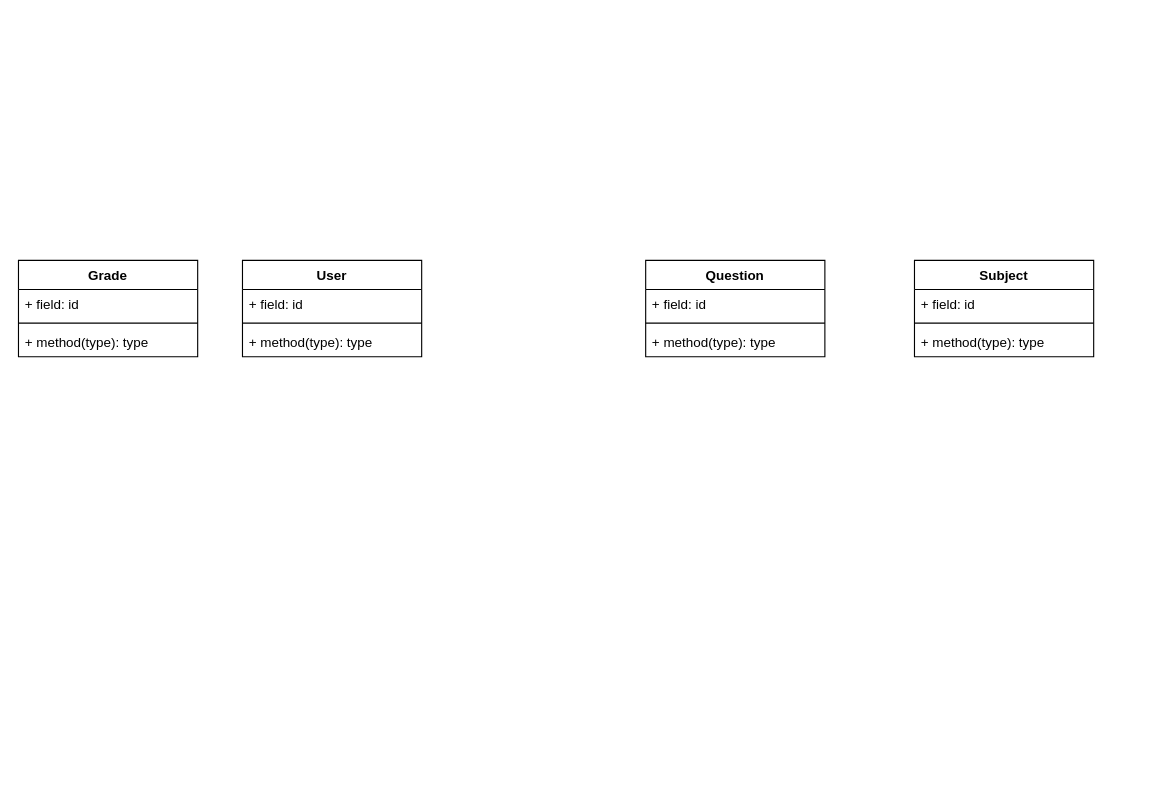
This is page "Class" (2 of 2) of diagrams.drawio from dev4fut/quiz-system, a draw.io file, before an edit. Source tidied: cells renumbered, new cells numbered last; positions are measured from the earlier drawing's top-left corner, leaving out a move shared by most shapes. Both pictures are drawn from the tidied source at 112%, with x=0, y=0 at pixel (18, 260).
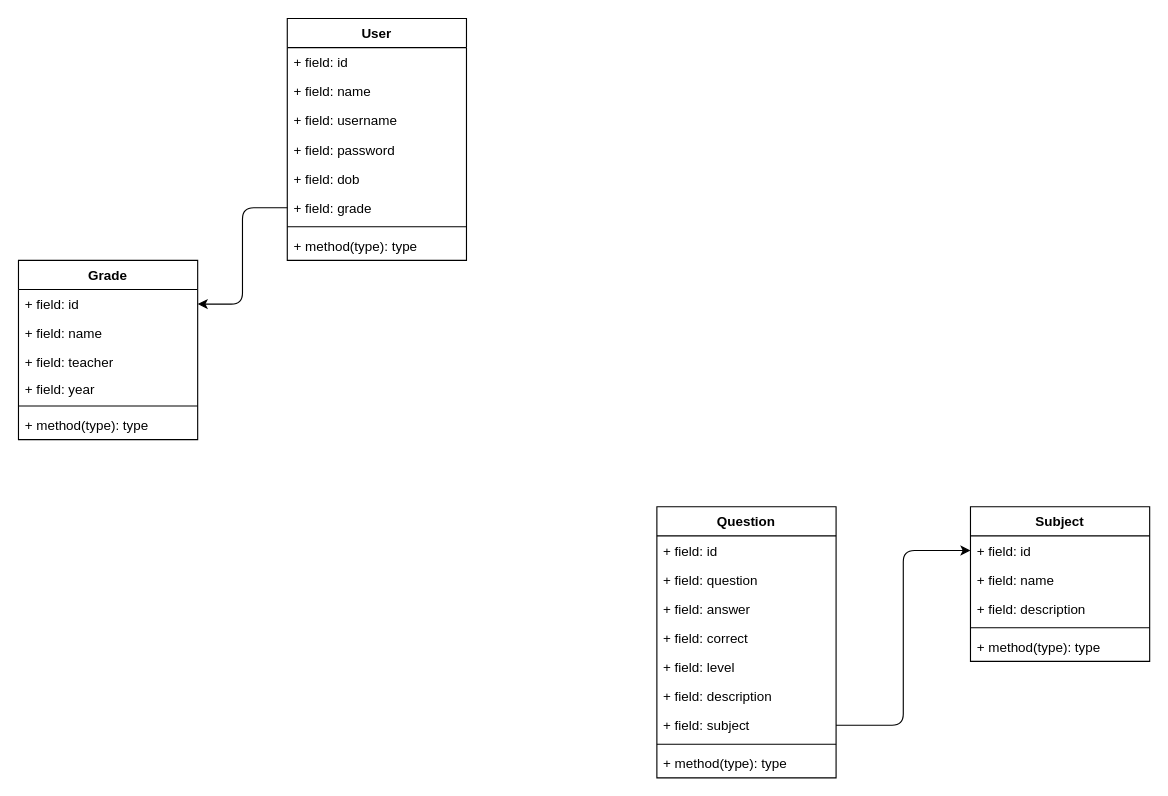
After the change.

Unchanged cells that the change refers to:
```xml
<mxCell id="3" value="+ field: id" style="text;strokeColor=none;fillColor=none;align=left;verticalAlign=top;spacingLeft=4;spacingRight=4;overflow=hidden;points=[[0,0.5],[1,0.5]];portConstraint=eastwest;" parent="2" vertex="1">
  <mxGeometry y="26" width="160" height="26" as="geometry" />
</mxCell>
<mxCell id="11" value="+ field: id" style="text;strokeColor=none;fillColor=none;align=left;verticalAlign=top;spacingLeft=4;spacingRight=4;overflow=hidden;points=[[0,0.5],[1,0.5]];portConstraint=eastwest;" parent="10" vertex="1">
  <mxGeometry y="26" width="160" height="26" as="geometry" />
</mxCell>
```

What changed in the source:
```diff
@@
     <mxCell id="2" value="Grade" style="swimlane;fontStyle=1;align=center;verticalAlign=top;horizontal=1;startSize=26;" parent="1" vertex="1">
-      <mxGeometry width="160" height="86" as="geometry" />
+      <mxGeometry width="160" height="160" as="geometry" />
     </mxCell>
@@
+    <mxCell id="18" value="+ field: name" style="text;strokeColor=none;fillColor=none;align=left;verticalAlign=top;spacingLeft=4;spacingRight=4;overflow=hidden;" parent="2" vertex="1">
+      <mxGeometry y="52" width="160" height="26" as="geometry" />
+    </mxCell>
+    <mxCell id="19" value="+ field: teacher" style="text;strokeColor=none;fillColor=none;align=left;verticalAlign=top;spacingLeft=4;spacingRight=4;overflow=hidden;" parent="2" vertex="1">
+      <mxGeometry y="78" width="160" height="24" as="geometry" />
+    </mxCell>
+    <mxCell id="20" value="+ field: year" style="text;strokeColor=none;fillColor=none;align=left;verticalAlign=top;spacingLeft=4;spacingRight=4;overflow=hidden;" parent="2" vertex="1">
+      <mxGeometry y="102" width="160" height="24" as="geometry" />
+    </mxCell>
     <mxCell id="4" style="line;strokeWidth=1;fillColor=none;align=left;verticalAlign=middle;spacingTop=-1;spacingLeft=3;spacingRight=3;labelPosition=right;strokeColor=inherit;" parent="2" vertex="1">
-      <mxGeometry y="52" width="160" height="8" as="geometry" />
+      <mxGeometry y="126" width="160" height="8" as="geometry" />
     </mxCell>
     <mxCell id="5" value="+ method(type): type" style="text;strokeColor=none;fillColor=none;align=left;verticalAlign=top;spacingLeft=4;spacingRight=4;overflow=hidden;" parent="2" vertex="1">
-      <mxGeometry y="60" width="160" height="26" as="geometry" />
+      <mxGeometry y="134" width="160" height="26" as="geometry" />
     </mxCell>
     <mxCell id="6" value="User" style="swimlane;fontStyle=1;align=center;verticalAlign=top;horizontal=1;startSize=26;" parent="1" vertex="1">
-      <mxGeometry x="200" width="160" height="86" as="geometry" />
+      <mxGeometry x="240" y="-216" width="160" height="216" as="geometry" />
     </mxCell>
@@
+    <mxCell id="21" value="+ field: name" style="text;strokeColor=none;fillColor=none;align=left;verticalAlign=top;spacingLeft=4;spacingRight=4;overflow=hidden;" parent="6" vertex="1">
+      <mxGeometry y="52" width="160" height="26" as="geometry" />
+    </mxCell>
+    <mxCell id="22" value="+ field: username" style="text;strokeColor=none;fillColor=none;align=left;verticalAlign=top;spacingLeft=4;spacingRight=4;overflow=hidden;" parent="6" vertex="1">
+      <mxGeometry y="78" width="160" height="26" as="geometry" />
+    </mxCell>
+    <mxCell id="23" value="+ field: password" style="text;strokeColor=none;fillColor=none;align=left;verticalAlign=top;spacingLeft=4;spacingRight=4;overflow=hidden;" parent="6" vertex="1">
+      <mxGeometry y="104" width="160" height="26" as="geometry" />
+    </mxCell>
+    <mxCell id="24" value="+ field: dob" style="text;strokeColor=none;fillColor=none;align=left;verticalAlign=top;spacingLeft=4;spacingRight=4;overflow=hidden;" parent="6" vertex="1">
+      <mxGeometry y="130" width="160" height="26" as="geometry" />
+    </mxCell>
+    <mxCell id="25" value="+ field: grade" style="text;strokeColor=none;fillColor=none;align=left;verticalAlign=top;spacingLeft=4;spacingRight=4;overflow=hidden;points=[[0,0.5],[1,0.5]];portConstraint=eastwest;" parent="6" vertex="1">
+      <mxGeometry y="156" width="160" height="26" as="geometry" />
+    </mxCell>
     <mxCell id="8" style="line;strokeWidth=1;fillColor=none;align=left;verticalAlign=middle;spacingTop=-1;spacingLeft=3;spacingRight=3;labelPosition=right;strokeColor=inherit;" parent="6" vertex="1">
-      <mxGeometry y="52" width="160" height="8" as="geometry" />
+      <mxGeometry y="182" width="160" height="8" as="geometry" />
     </mxCell>
     <mxCell id="9" value="+ method(type): type" style="text;strokeColor=none;fillColor=none;align=left;verticalAlign=top;spacingLeft=4;spacingRight=4;overflow=hidden;" parent="6" vertex="1">
-      <mxGeometry y="60" width="160" height="26" as="geometry" />
+      <mxGeometry y="190" width="160" height="26" as="geometry" />
     </mxCell>
     <mxCell id="10" value="Subject" style="swimlane;fontStyle=1;align=center;verticalAlign=top;horizontal=1;startSize=26;" parent="1" vertex="1">
-      <mxGeometry x="800" width="160" height="86" as="geometry" />
+      <mxGeometry x="850" y="220" width="160" height="138" as="geometry" />
     </mxCell>
@@
+    <mxCell id="26" value="+ field: name" style="text;strokeColor=none;fillColor=none;align=left;verticalAlign=top;spacingLeft=4;spacingRight=4;overflow=hidden;" parent="10" vertex="1">
+      <mxGeometry y="52" width="160" height="26" as="geometry" />
+    </mxCell>
+    <mxCell id="27" value="+ field: description" style="text;strokeColor=none;fillColor=none;align=left;verticalAlign=top;spacingLeft=4;spacingRight=4;overflow=hidden;" parent="10" vertex="1">
+      <mxGeometry y="78" width="160" height="26" as="geometry" />
+    </mxCell>
     <mxCell id="12" style="line;strokeWidth=1;fillColor=none;align=left;verticalAlign=middle;spacingTop=-1;spacingLeft=3;spacingRight=3;labelPosition=right;strokeColor=inherit;" parent="10" vertex="1">
-      <mxGeometry y="52" width="160" height="8" as="geometry" />
+      <mxGeometry y="104" width="160" height="8" as="geometry" />
     </mxCell>
     <mxCell id="13" value="+ method(type): type" style="text;strokeColor=none;fillColor=none;align=left;verticalAlign=top;spacingLeft=4;spacingRight=4;overflow=hidden;" parent="10" vertex="1">
-      <mxGeometry y="60" width="160" height="26" as="geometry" />
+      <mxGeometry y="112" width="160" height="26" as="geometry" />
     </mxCell>
     <mxCell id="14" value="Question" style="swimlane;fontStyle=1;align=center;verticalAlign=top;horizontal=1;startSize=26;" parent="1" vertex="1">
-      <mxGeometry x="560" width="160" height="86" as="geometry" />
+      <mxGeometry x="570" y="220" width="160" height="242" as="geometry" />
     </mxCell>
@@
+    <mxCell id="28" value="+ field: question" style="text;strokeColor=none;fillColor=none;align=left;verticalAlign=top;spacingLeft=4;spacingRight=4;overflow=hidden;" parent="14" vertex="1">
+      <mxGeometry y="52" width="160" height="26" as="geometry" />
+    </mxCell>
+    <mxCell id="29" value="+ field: answer" style="text;strokeColor=none;fillColor=none;align=left;verticalAlign=top;spacingLeft=4;spacingRight=4;overflow=hidden;" parent="14" vertex="1">
+      <mxGeometry y="78" width="160" height="26" as="geometry" />
+    </mxCell>
+    <mxCell id="30" value="+ field: correct" style="text;strokeColor=none;fillColor=none;align=left;verticalAlign=top;spacingLeft=4;spacingRight=4;overflow=hidden;" parent="14" vertex="1">
+      <mxGeometry y="104" width="160" height="26" as="geometry" />
+    </mxCell>
+    <mxCell id="31" value="+ field: level" style="text;strokeColor=none;fillColor=none;align=left;verticalAlign=top;spacingLeft=4;spacingRight=4;overflow=hidden;" parent="14" vertex="1">
+      <mxGeometry y="130" width="160" height="26" as="geometry" />
+    </mxCell>
+    <mxCell id="32" value="+ field: description" style="text;strokeColor=none;fillColor=none;align=left;verticalAlign=top;spacingLeft=4;spacingRight=4;overflow=hidden;" parent="14" vertex="1">
+      <mxGeometry y="156" width="160" height="26" as="geometry" />
+    </mxCell>
+    <mxCell id="33" value="+ field: subject" style="text;strokeColor=none;fillColor=none;align=left;verticalAlign=top;spacingLeft=4;spacingRight=4;overflow=hidden;points=[[0,0.5],[1,0.5]];portConstraint=eastwest;" parent="14" vertex="1">
+      <mxGeometry y="182" width="160" height="26" as="geometry" />
+    </mxCell>
     <mxCell id="16" style="line;strokeWidth=1;fillColor=none;align=left;verticalAlign=middle;spacingTop=-1;spacingLeft=3;spacingRight=3;labelPosition=right;strokeColor=inherit;" parent="14" vertex="1">
-      <mxGeometry y="52" width="160" height="8" as="geometry" />
+      <mxGeometry y="208" width="160" height="8" as="geometry" />
     </mxCell>
     <mxCell id="17" value="+ method(type): type" style="text;strokeColor=none;fillColor=none;align=left;verticalAlign=top;spacingLeft=4;spacingRight=4;overflow=hidden;" parent="14" vertex="1">
-      <mxGeometry y="60" width="160" height="26" as="geometry" />
+      <mxGeometry y="216" width="160" height="26" as="geometry" />
     </mxCell>
+    <mxCell id="34" style="edgeStyle=orthogonalEdgeStyle;html=1;" parent="1" edge="1" source="25" target="3">
+      <mxGeometry relative="1" as="geometry" />
+    </mxCell>
+    <mxCell id="35" style="edgeStyle=orthogonalEdgeStyle;html=1;" parent="1" edge="1" source="33" target="11">
+      <mxGeometry relative="1" as="geometry" />
+    </mxCell>
```
